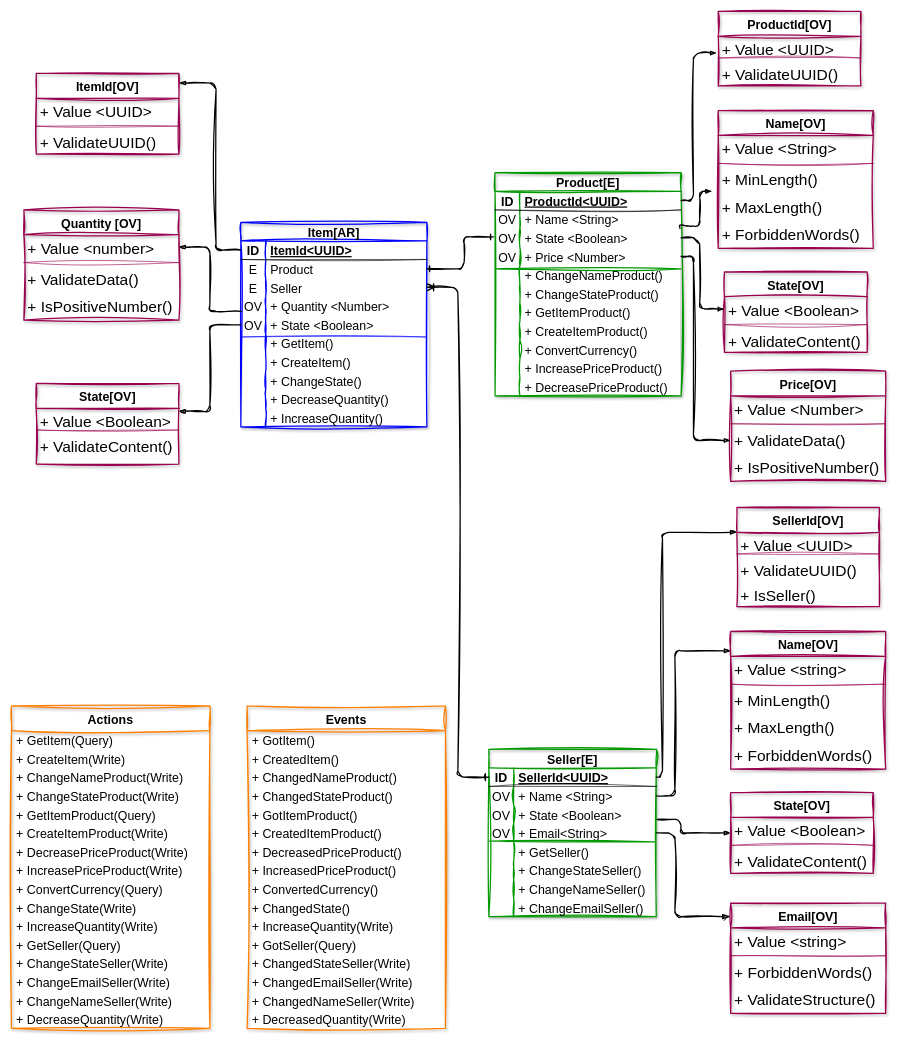
This is page "Item<AR>-Advertisements" (3 of 5) of Drive-Domain-Design.drawio from training-practice-sofkau/C1-2023-DDD-Colombia, a draw.io file, before an edit. Source tidied: cells renumbered, new cells numbered last; positions are measured from the earlier drawing's top-left corner, leaving out a move shared by most shapes. Both pictures are drawn from the tidied source at 62%, with x=0, y=0 at pixel (11, 11).
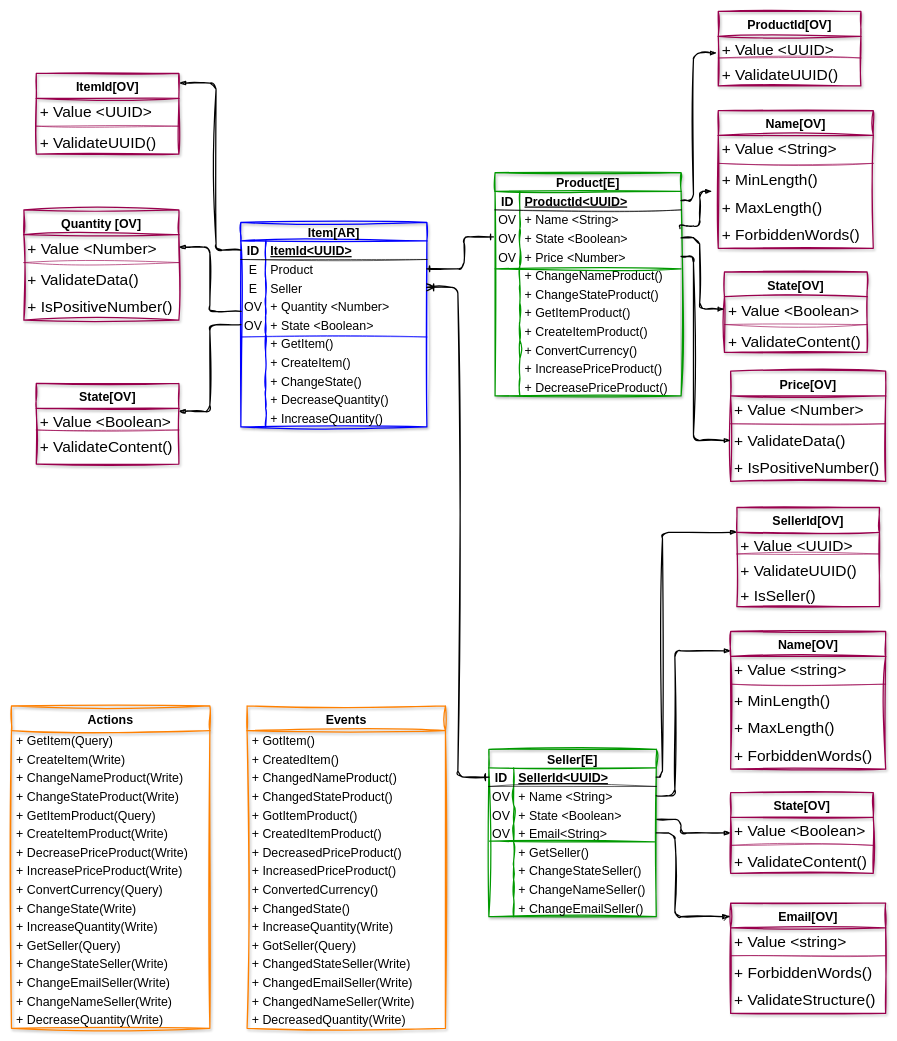
The same diagram, later.

Unchanged cells that the change refers to:
```xml
<mxCell id="34" value="Quantity [OV]" style="swimlane;fontStyle=1;horizontal=1;startSize=40;align=center;fontSize=20;rounded=0;shadow=1;labelBorderColor=none;sketch=1;hachureGap=4;jiggle=2;fillStyle=cross-hatch;curveFitting=1;strokeColor=#99004D;strokeWidth=2;fontFamily=Helvetica;fillColor=none;gradientColor=none;" parent="1" vertex="1">
  <mxGeometry x="20" y="320" width="250" height="178" as="geometry" />
</mxCell>
```

Diff of the diagram source:
```diff
@@
-    <mxCell id="35" value="+ Value &lt;number&gt;" style="text;strokeColor=none;fillColor=none;spacingLeft=4;spacingRight=4;overflow=hidden;points=[[0,0.5],[1,0.5]];portConstraint=eastwest;fontSize=25;fontFamily=Helvetica;" parent="34" vertex="1">
+    <mxCell id="35" value="+ Value &lt;Number&gt;" style="text;strokeColor=none;fillColor=none;spacingLeft=4;spacingRight=4;overflow=hidden;points=[[0,0.5],[1,0.5]];portConstraint=eastwest;fontSize=25;fontFamily=Helvetica;" parent="34" vertex="1">
       <mxGeometry y="40" width="250" height="40" as="geometry" />
     </mxCell>
```
